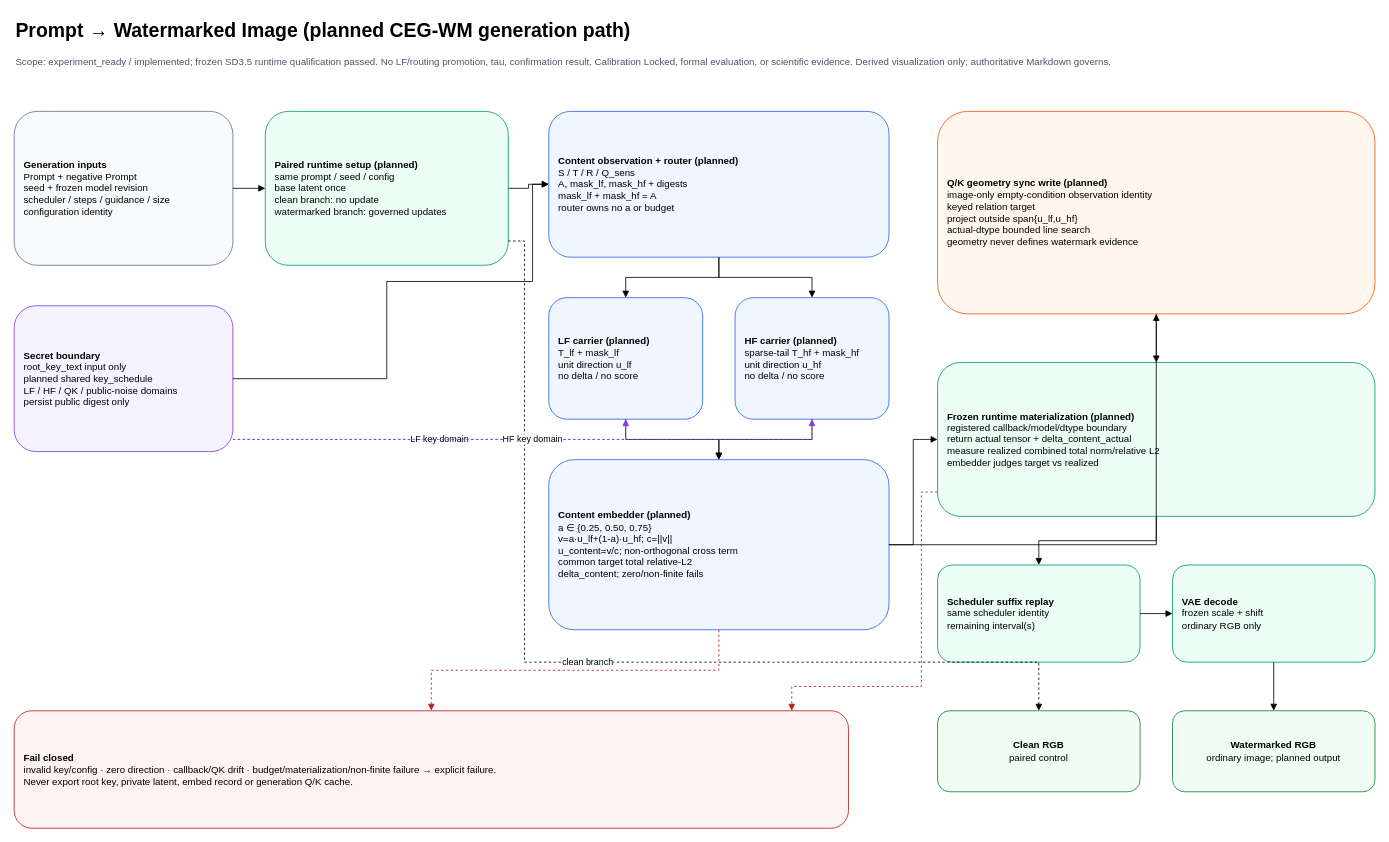
Earlier version of the draw.io diagram docs/design/diagrams/prompt_to_watermarked_image.drawio (RICHAAARC/CEG-WM). Source tidied: cells renumbered, new cells numbered last; positions are measured from the earlier drawing's top-left corner, leaving out a move shared by most shapes. Both pictures are drawn from the tidied source at 81%, with x=0, y=0 at pixel (14, 14).
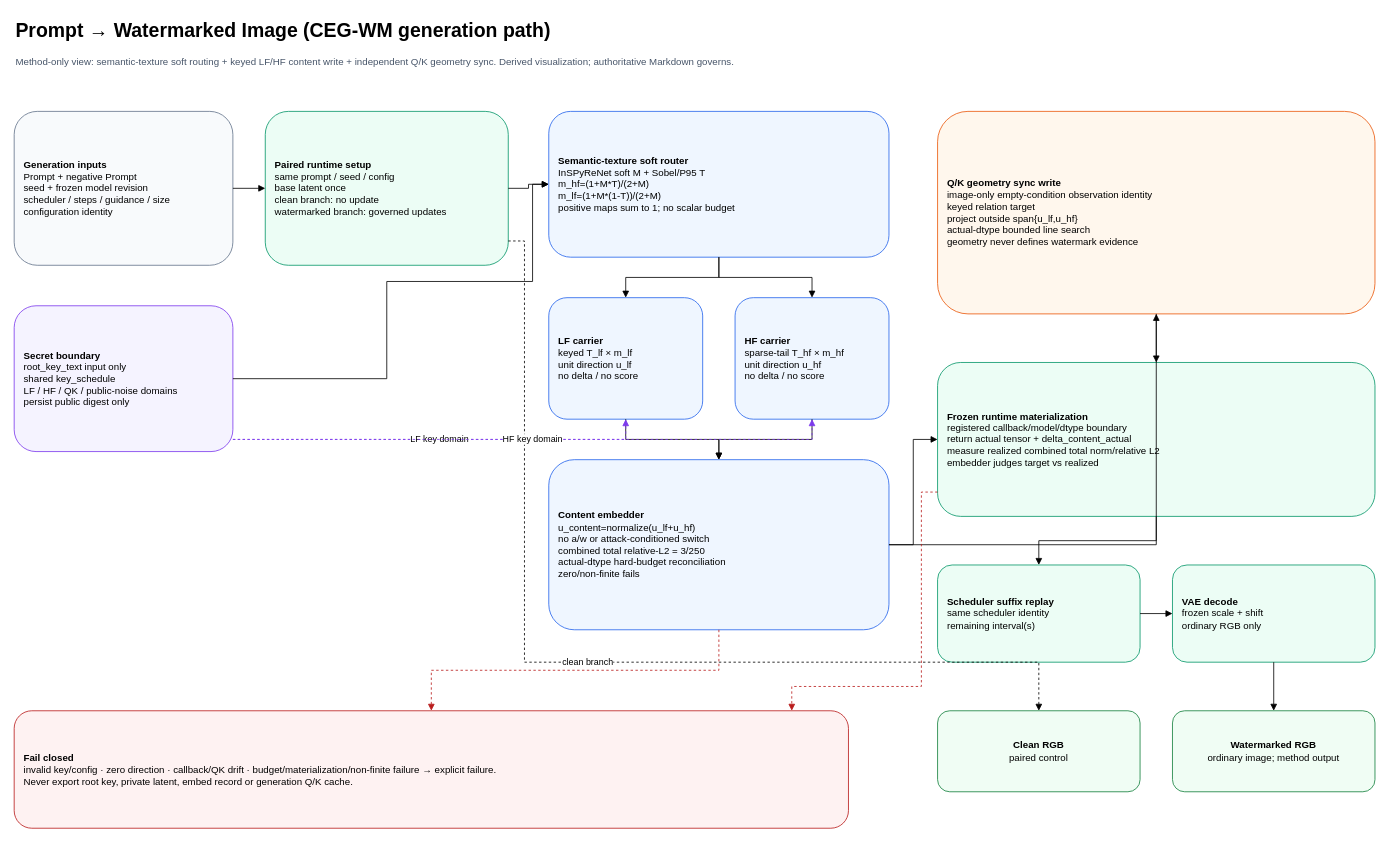
Above is the later version.

Diff of the diagram source:
```diff
@@
-    <mxCell id="2" value="Prompt → Watermarked Image (planned CEG-WM generation path)" style="text;html=1;fontSize=24;fontStyle=1;align=left;" parent="1" vertex="1">
+    <mxCell id="2" value="Prompt → Watermarked Image (CEG-WM generation path)" style="text;html=1;fontSize=24;fontStyle=1;align=left;" parent="1" vertex="1">
       <mxGeometry width="1000" height="40" as="geometry" />
     </mxCell>
-    <mxCell id="3" value="Scope: experiment_ready / implemented; frozen SD3.5 runtime qualification passed. No LF/routing promotion, tau, confirmation result, Calibration Locked, formal evaluation, or scientific evidence. Derived visualization only; authoritative Markdown governs." style="text;html=1;fontSize=12;align=left;fontColor=#475569;" parent="1" vertex="1">
+    <mxCell id="3" value="Method-only view: semantic-texture soft routing + keyed LF/HF content write + independent Q/K geometry sync. Derived visualization; authoritative Markdown governs." style="text;html=1;fontSize=12;align=left;fontColor=#475569;" parent="1" vertex="1">
       <mxGeometry y="45" width="1500" height="40" as="geometry" />
     </mxCell>
@@
-    <mxCell id="5" value="&lt;b&gt;Secret boundary&lt;/b&gt;&lt;br&gt;root_key_text input only&lt;br&gt;planned shared key_schedule&lt;br&gt;LF / HF / QK / public-noise domains&lt;br&gt;persist public digest only" style="rounded=1;whiteSpace=wrap;html=1;fillColor=#f5f3ff;strokeColor=#7c3aed;align=left;spacing=12;" parent="1" vertex="1">
+    <mxCell id="5" value="&lt;b&gt;Secret boundary&lt;/b&gt;&lt;br&gt;root_key_text input only&lt;br&gt;shared key_schedule&lt;br&gt;LF / HF / QK / public-noise domains&lt;br&gt;persist public digest only" style="rounded=1;whiteSpace=wrap;html=1;fillColor=#f5f3ff;strokeColor=#7c3aed;align=left;spacing=12;" parent="1" vertex="1">
       <mxGeometry y="360" width="270" height="180" as="geometry" />
     </mxCell>
-    <mxCell id="6" value="&lt;b&gt;Paired runtime setup (planned)&lt;/b&gt;&lt;br&gt;same prompt / seed / config&lt;br&gt;base latent once&lt;br&gt;clean branch: no update&lt;br&gt;watermarked branch: governed updates" style="rounded=1;whiteSpace=wrap;html=1;fillColor=#ecfdf5;strokeColor=#059669;align=left;spacing=12;" parent="1" vertex="1">
+    <mxCell id="6" value="&lt;b&gt;Paired runtime setup&lt;/b&gt;&lt;br&gt;same prompt / seed / config&lt;br&gt;base latent once&lt;br&gt;clean branch: no update&lt;br&gt;watermarked branch: governed updates" style="rounded=1;whiteSpace=wrap;html=1;fillColor=#ecfdf5;strokeColor=#059669;align=left;spacing=12;" parent="1" vertex="1">
       <mxGeometry x="310" y="120" width="300" height="190" as="geometry" />
     </mxCell>
-    <mxCell id="7" value="&lt;b&gt;Content observation + router (planned)&lt;/b&gt;&lt;br&gt;S / T / R / Q_sens&lt;br&gt;A, mask_lf, mask_hf + digests&lt;br&gt;mask_lf + mask_hf = A&lt;br&gt;router owns no a or budget" style="rounded=1;whiteSpace=wrap;html=1;fillColor=#eff6ff;strokeColor=#2563eb;align=left;spacing=12;" parent="1" vertex="1">
+    <mxCell id="7" value="&lt;b&gt;Semantic-texture soft router&lt;/b&gt;&lt;br&gt;InSPyReNet soft M + Sobel/P95 T&lt;br&gt;m_hf=(1+M*T)/(2+M)&lt;br&gt;m_lf=(1+M*(1-T))/(2+M)&lt;br&gt;positive maps sum to 1; no scalar budget" style="rounded=1;whiteSpace=wrap;html=1;fillColor=#eff6ff;strokeColor=#2563eb;align=left;spacing=12;" parent="1" vertex="1">
       <mxGeometry x="660" y="120" width="420" height="180" as="geometry" />
     </mxCell>
-    <mxCell id="8" value="&lt;b&gt;LF carrier (planned)&lt;/b&gt;&lt;br&gt;T_lf + mask_lf&lt;br&gt;unit direction u_lf&lt;br&gt;no delta / no score" style="rounded=1;whiteSpace=wrap;html=1;fillColor=#eff6ff;strokeColor=#2563eb;align=left;spacing=12;" parent="1" vertex="1">
+    <mxCell id="8" value="&lt;b&gt;LF carrier&lt;/b&gt;&lt;br&gt;keyed T_lf × m_lf&lt;br&gt;unit direction u_lf&lt;br&gt;no delta / no score" style="rounded=1;whiteSpace=wrap;html=1;fillColor=#eff6ff;strokeColor=#2563eb;align=left;spacing=12;" parent="1" vertex="1">
       <mxGeometry x="660" y="350" width="190" height="150" as="geometry" />
     </mxCell>
-    <mxCell id="9" value="&lt;b&gt;HF carrier (planned)&lt;/b&gt;&lt;br&gt;sparse-tail T_hf + mask_hf&lt;br&gt;unit direction u_hf&lt;br&gt;no delta / no score" style="rounded=1;whiteSpace=wrap;html=1;fillColor=#eff6ff;strokeColor=#2563eb;align=left;spacing=12;" parent="1" vertex="1">
+    <mxCell id="9" value="&lt;b&gt;HF carrier&lt;/b&gt;&lt;br&gt;sparse-tail T_hf × m_hf&lt;br&gt;unit direction u_hf&lt;br&gt;no delta / no score" style="rounded=1;whiteSpace=wrap;html=1;fillColor=#eff6ff;strokeColor=#2563eb;align=left;spacing=12;" parent="1" vertex="1">
       <mxGeometry x="890" y="350" width="190" height="150" as="geometry" />
     </mxCell>
-    <mxCell id="10" value="&lt;b&gt;Content embedder (planned)&lt;/b&gt;&lt;br&gt;a ∈ {0.25, 0.50, 0.75}&lt;br&gt;v=a·u_lf+(1-a)·u_hf; c=||v||&lt;br&gt;u_content=v/c; non-orthogonal cross term&lt;br&gt;common target total relative-L2&lt;br&gt;delta_content; zero/non-finite fails" style="rounded=1;whiteSpace=wrap;html=1;fillColor=#eff6ff;strokeColor=#2563eb;align=left;spacing=12;" parent="1" vertex="1">
+    <mxCell id="10" value="&lt;b&gt;Content embedder&lt;/b&gt;&lt;br&gt;u_content=normalize(u_lf+u_hf)&lt;br&gt;no a/w or attack-conditioned switch&lt;br&gt;combined total relative-L2 = 3/250&lt;br&gt;actual-dtype hard-budget reconciliation&lt;br&gt;zero/non-finite fails" style="rounded=1;whiteSpace=wrap;html=1;fillColor=#eff6ff;strokeColor=#2563eb;align=left;spacing=12;" parent="1" vertex="1">
       <mxGeometry x="660" y="550" width="420" height="210" as="geometry" />
     </mxCell>
-    <mxCell id="11" value="&lt;b&gt;Q/K geometry sync write (planned)&lt;/b&gt;&lt;br&gt;image-only empty-condition observation identity&lt;br&gt;keyed relation target&lt;br&gt;project outside span{u_lf,u_hf}&lt;br&gt;actual-dtype bounded line search&lt;br&gt;geometry never defines watermark evidence" style="rounded=1;whiteSpace=wrap;html=1;fillColor=#fff7ed;strokeColor=#ea580c;align=left;spacing=12;" parent="1" vertex="1">
+    <mxCell id="11" value="&lt;b&gt;Q/K geometry sync write&lt;/b&gt;&lt;br&gt;image-only empty-condition observation identity&lt;br&gt;keyed relation target&lt;br&gt;project outside span{u_lf,u_hf}&lt;br&gt;actual-dtype bounded line search&lt;br&gt;geometry never defines watermark evidence" style="rounded=1;whiteSpace=wrap;html=1;fillColor=#fff7ed;strokeColor=#ea580c;align=left;spacing=12;" parent="1" vertex="1">
       <mxGeometry x="1140" y="120" width="540" height="250" as="geometry" />
     </mxCell>
-    <mxCell id="12" value="&lt;b&gt;Frozen runtime materialization (planned)&lt;/b&gt;&lt;br&gt;registered callback/model/dtype boundary&lt;br&gt;return actual tensor + delta_content_actual&lt;br&gt;measure realized combined total norm/relative L2&lt;br&gt;embedder judges target vs realized" style="rounded=1;whiteSpace=wrap;html=1;fillColor=#ecfdf5;strokeColor=#059669;align=left;spacing=12;" parent="1" vertex="1">
+    <mxCell id="12" value="&lt;b&gt;Frozen runtime materialization&lt;/b&gt;&lt;br&gt;registered callback/model/dtype boundary&lt;br&gt;return actual tensor + delta_content_actual&lt;br&gt;measure realized combined total norm/relative L2&lt;br&gt;embedder judges target vs realized" style="rounded=1;whiteSpace=wrap;html=1;fillColor=#ecfdf5;strokeColor=#059669;align=left;spacing=12;" parent="1" vertex="1">
       <mxGeometry x="1140" y="430" width="540" height="190" as="geometry" />
     </mxCell>
@@
-    <mxCell id="16" value="&lt;b&gt;Watermarked RGB&lt;/b&gt;&lt;br&gt;ordinary image; planned output" style="rounded=1;whiteSpace=wrap;html=1;fillColor=#f0fdf4;strokeColor=#15803d;align=center;" parent="1" vertex="1">
+    <mxCell id="16" value="&lt;b&gt;Watermarked RGB&lt;/b&gt;&lt;br&gt;ordinary image; method output" style="rounded=1;whiteSpace=wrap;html=1;fillColor=#f0fdf4;strokeColor=#15803d;align=center;" parent="1" vertex="1">
       <mxGeometry x="1430" y="860" width="250" height="100" as="geometry" />
     </mxCell>
```
